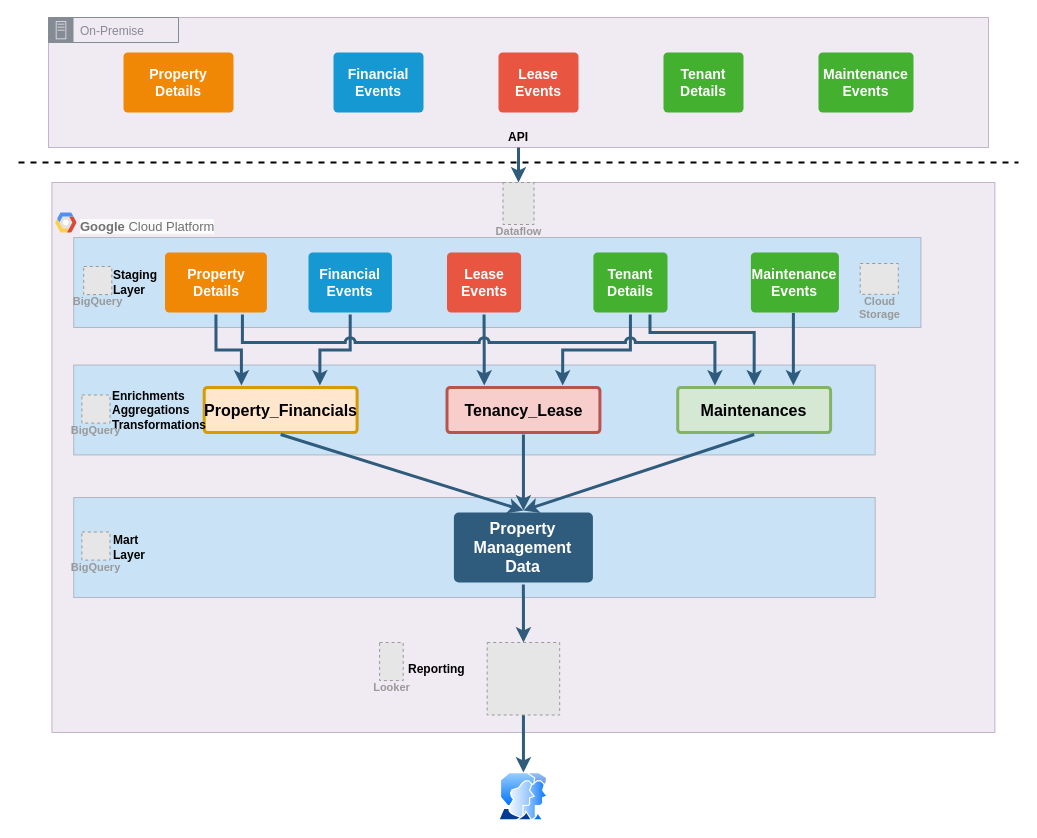
The draw.io diagram PFP-Sample/PFP-HLD-Design.drawio in harshaldharme/ProjectSpaces, before the edit. Source tidied: cells renumbered, new cells numbered last; positions are measured from the earlier drawing's top-left corner, leaving out a move shared by most shapes. Both pictures are drawn from the tidied source at 100%, with x=0, y=0 at pixel (18, 17). Pictures stored in the file or linked from it are replaced by grey dashed boxes.
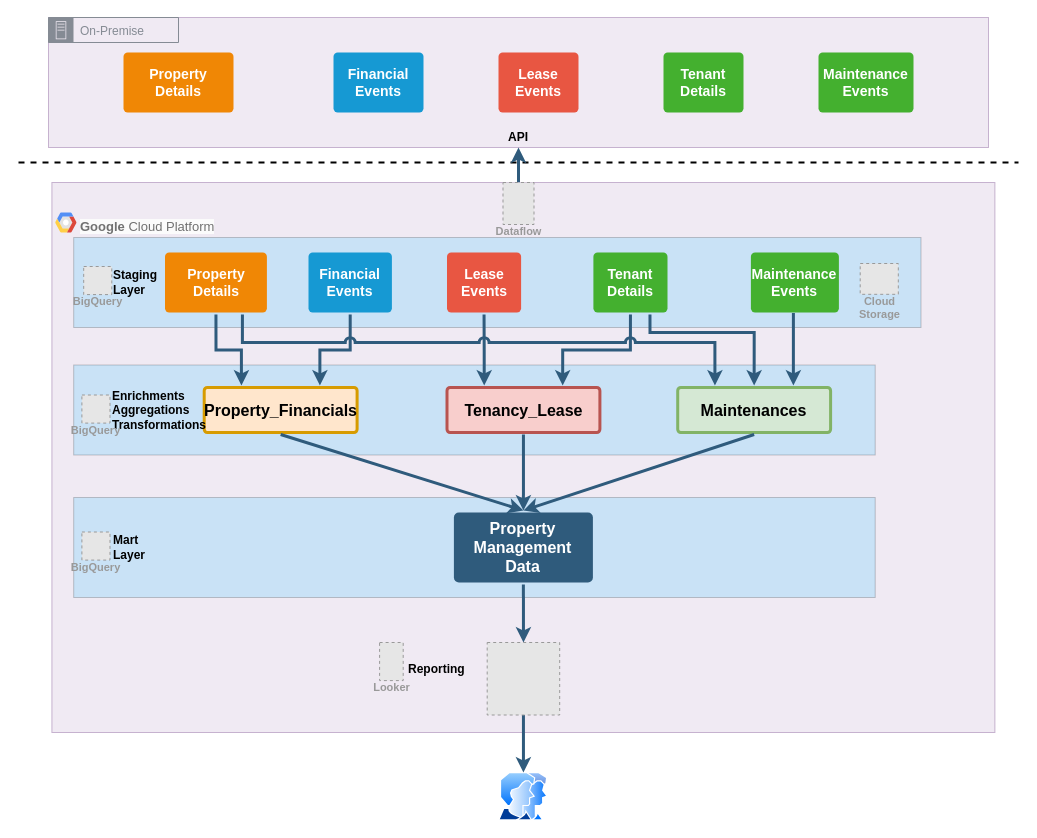
The same page after the edit.

Unchanged cells that the change refers to:
```xml
<mxCell id="4" style="rounded=0;whiteSpace=wrap;html=1;fillColor=#e1d5e7;strokeColor=#9673a6;opacity=50;" parent="3" vertex="1">
  <mxGeometry width="940" height="130" as="geometry" />
</mxCell>
<mxCell id="52" value="Dataflow" style="fillColor=#E6E6E6;strokeColor=#999999;dashed=1;html=1;verticalAlign=top;labelPosition=center;verticalLabelPosition=bottom;align=center;spacingTop=-6;fontSize=11;fontStyle=1;fontColor=#999999;" parent="1" vertex="1">
  <mxGeometry x="484.5" y="165" width="31" height="42" as="geometry" />
</mxCell>
```

What changed in the source:
```diff
@@
-    <mxCell id="51" style="edgeStyle=orthogonalEdgeStyle;rounded=0;jettySize=auto;html=1;exitX=0.5;exitY=1;exitDx=0;exitDy=0;strokeWidth=3;strokeColor=#2F5B7C;" parent="1" edge="1" source="4" target="52">
+    <mxCell id="51" style="edgeStyle=orthogonalEdgeStyle;rounded=0;jettySize=auto;html=1;exitX=0.5;exitY=1;exitDx=0;exitDy=0;strokeWidth=3;strokeColor=#2F5B7C;startArrow=classic;startFill=1;endArrow=none;endFill=0;" parent="1" edge="1" source="4" target="52">
       <mxGeometry relative="1" as="geometry" />
     </mxCell>
```
